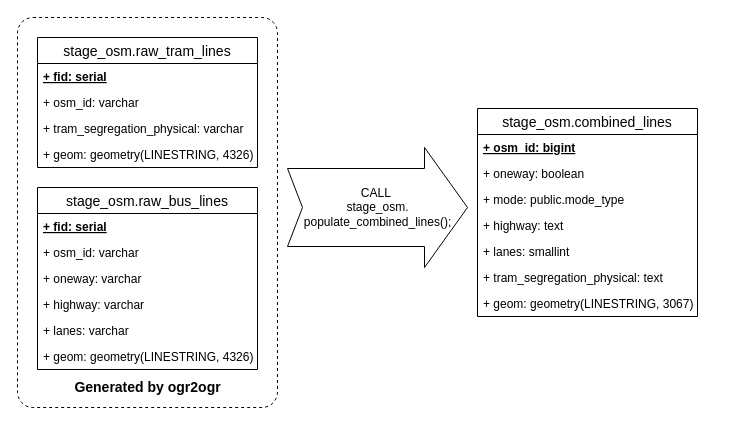
This is page "stage_osm" (3 of 4) of docs/sujuikoDB.drawio from datarttu/sujuikoDB, a draw.io file, before an edit. Source tidied: cells renumbered, new cells numbered last; positions are measured from the earlier drawing's top-left corner, leaving out a move shared by most shapes. Both pictures are drawn from the tidied source at 100%, with x=0, y=0 at pixel (17, 17).
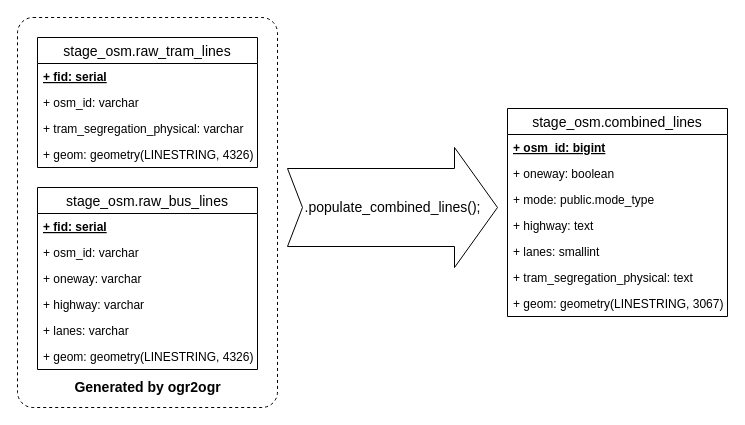
Above is the later version.

Change to the diagram source:
```diff
@@
     <mxCell id="16" value="stage_osm.combined_lines" style="swimlane;fontStyle=0;horizontal=1;startSize=26;swimlaneFillColor=#ffffff;align=center;fontSize=14;" parent="1" vertex="1">
-      <mxGeometry x="460" y="91" width="220" height="208" as="geometry" />
+      <mxGeometry x="490" y="91" width="220" height="208" as="geometry" />
     </mxCell>
@@
-    <mxCell id="24" value="CALL&amp;nbsp;&lt;br&gt;stage_osm.&lt;br&gt;populate_combined_lines();" style="html=1;shadow=0;dashed=0;align=center;verticalAlign=middle;shape=mxgraph.arrows2.arrow;dy=0.35;dx=43;notch=15;" parent="1" vertex="1">
-      <mxGeometry x="270" y="130" width="180" height="120" as="geometry" />
+    <mxCell id="24" value="&lt;font style=&quot;font-size: 14px&quot;&gt;.populate_combined_lines();&lt;/font&gt;" style="html=1;shadow=0;dashed=0;align=center;verticalAlign=middle;shape=mxgraph.arrows2.arrow;dy=0.35;dx=43;notch=15;" parent="1" vertex="1">
+      <mxGeometry x="270" y="130" width="210" height="120" as="geometry" />
     </mxCell>
```
